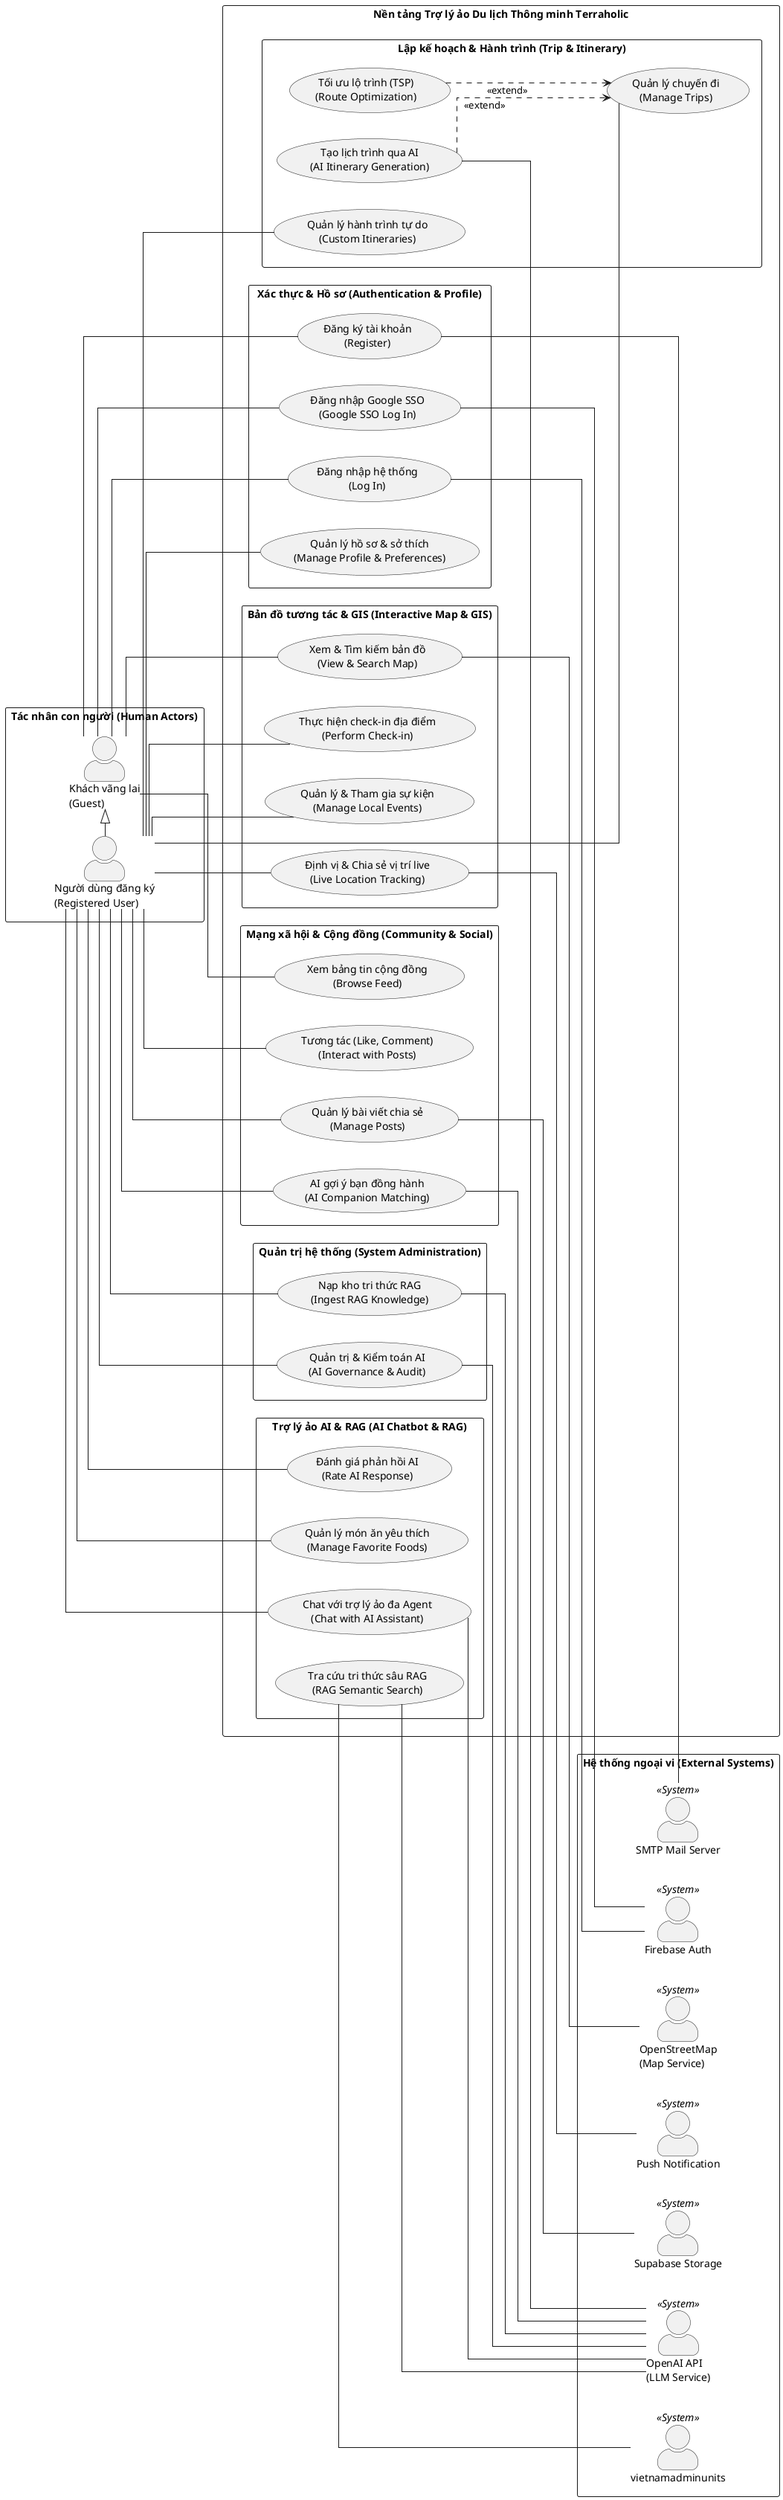
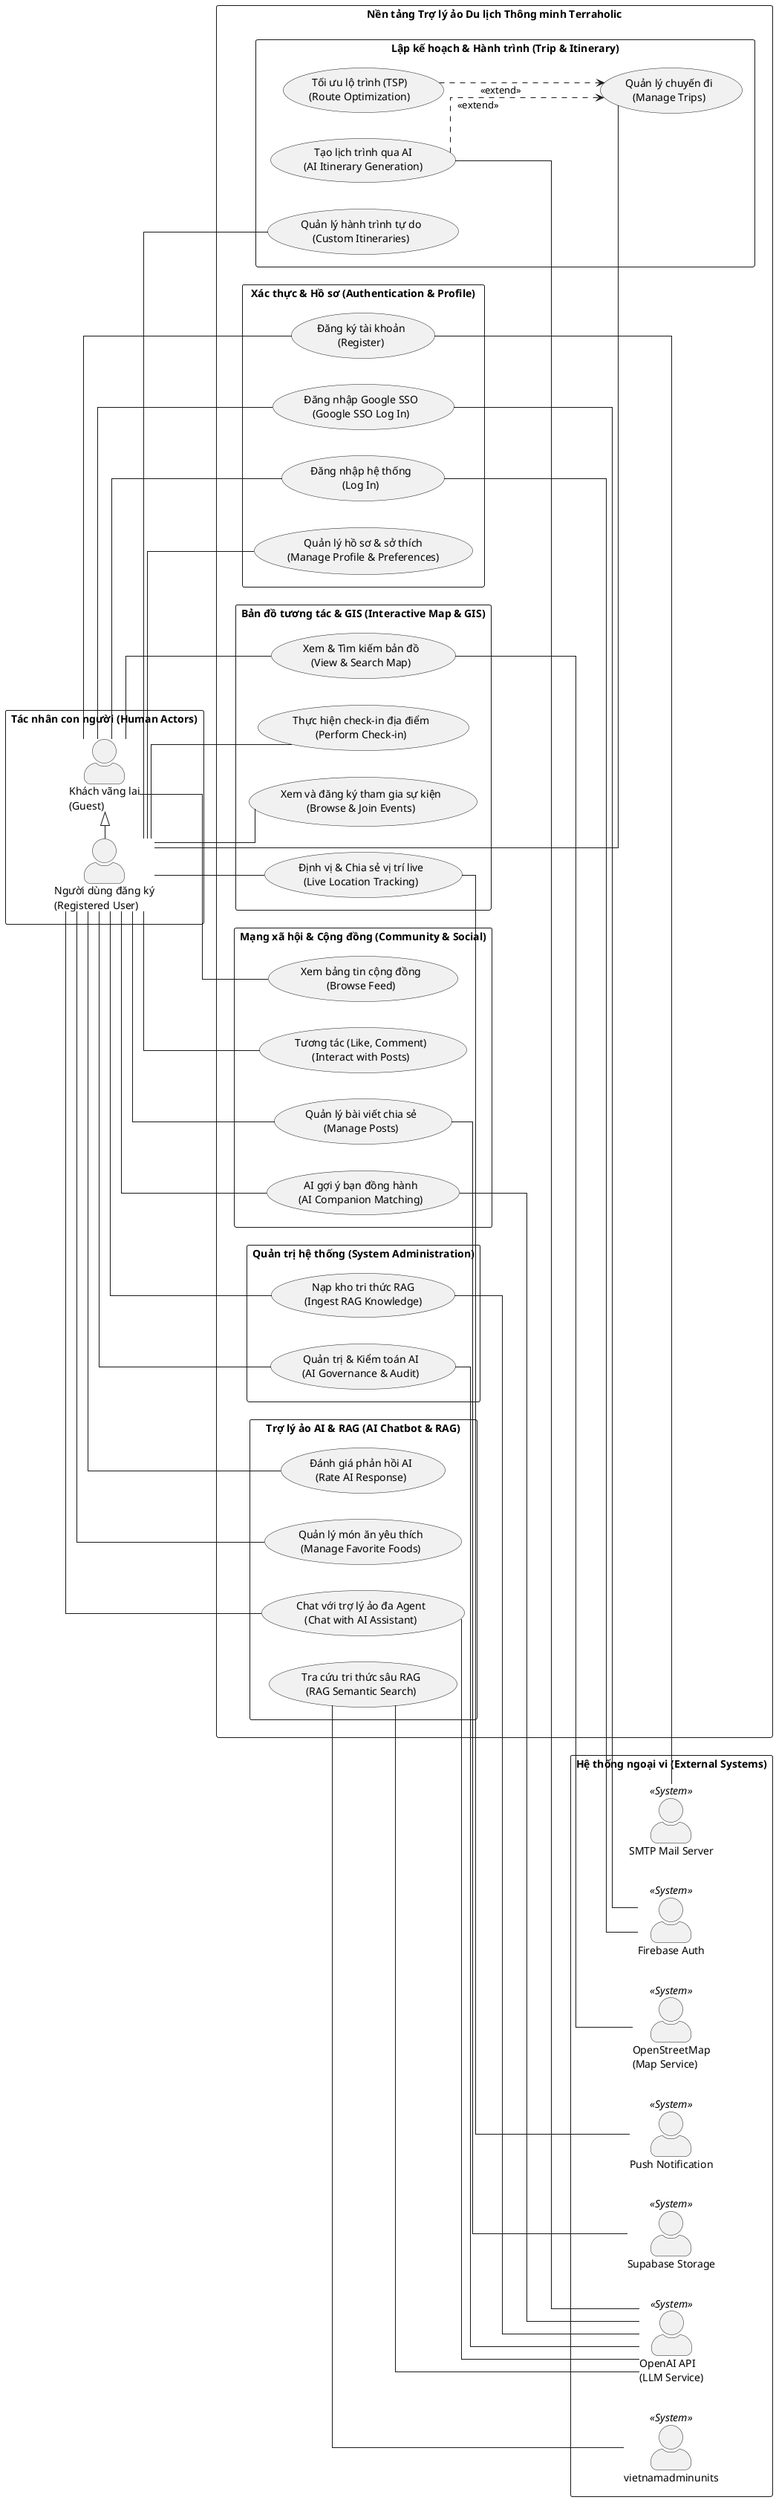
@startuml UseCase_Master
left to right direction
skinparam packageStyle rectangle
skinparam actorStyle awesome
skinparam linetype ortho

' ==========================================
' 1. ACTORS DEFINITIONS
' ==========================================

' Human Actors (Tác nhân con người)
package "Tác nhân con người (Human Actors)" {
  actor "Khách vãng lai\n(Guest)" as Guest
  actor "Người dùng đăng ký\n(Registered User)" as RegisteredUser
}

' External Systems & Supporting Services (Tác nhân hệ thống ngoại vi)
package "Hệ thống ngoại vi (External Systems)" {
  actor "Firebase Auth" as Firebase <<System>>
  actor "OpenStreetMap\n(Map Service)" as MapService <<System>>
  actor "SMTP Mail Server" as SMTP <<System>>
  actor "OpenAI API\n(LLM Service)" as OpenAI <<System>>
  actor "vietnamadminunits" as AdminUnits <<System>>
  actor "Supabase Storage" as SupabaseStorage <<System>>
  actor "Push Notification" as PushNotif <<System>>
}

' Actor Inheritance (Thừa kế tác nhân)
RegisteredUser -|> Guest

' ==========================================
' 2. SYSTEM BOUNDARY & FUNCTIONAL DOMAINS
' ==========================================
rectangle "Nền tảng Trợ lý ảo Du lịch Thông minh Terraholic" as SystemBoundary {

  ' --- Phân hệ Xác thực & Thành viên ---
  package "Xác thực & Hồ sơ (Authentication & Profile)" {
    usecase "Đăng ký tài khoản\n(Register)" as UC_Auth_Reg
    usecase "Đăng nhập hệ thống\n(Log In)" as UC_Auth_Login
    usecase "Đăng nhập Google SSO\n(Google SSO Log In)" as UC_Auth_GLogin
    usecase "Quản lý hồ sơ & sở thích\n(Manage Profile & Preferences)" as UC_Auth_Pref
  }

  ' --- Phân hệ Lập lịch trình & Hành trình ---
  package "Lập kế hoạch & Hành trình (Trip & Itinerary)" {
    usecase "Quản lý chuyến đi\n(Manage Trips)" as UC_Trip_Manage
    usecase "Tạo lịch trình qua AI\n(AI Itinerary Generation)" as UC_Trip_AI
    usecase "Tối ưu lộ trình (TSP)\n(Route Optimization)" as UC_Trip_TSP
    usecase "Quản lý hành trình tự do\n(Custom Itineraries)" as UC_Trip_Custom
  }

  ' --- Phân hệ Mạng xã hội du lịch ---
  package "Mạng xã hội & Cộng đồng (Community & Social)" {
    usecase "Xem bảng tin cộng đồng\n(Browse Feed)" as UC_Soc_Feed
    usecase "Quản lý bài viết chia sẻ\n(Manage Posts)" as UC_Soc_Posts
    usecase "Tương tác (Like, Comment)\n(Interact with Posts)" as UC_Soc_Interact
    usecase "AI gợi ý bạn đồng hành\n(AI Companion Matching)" as UC_Soc_Match
  }

  ' --- Phân hệ Bản đồ tương tác & GIS ---
  package "Bản đồ tương tác & GIS (Interactive Map & GIS)" {
    usecase "Xem & Tìm kiếm bản đồ\n(View & Search Map)" as UC_Map_View
    usecase "Định vị & Chia sẻ vị trí live\n(Live Location Tracking)" as UC_Map_Live
    usecase "Thực hiện check-in địa điểm\n(Perform Check-in)" as UC_Map_Checkin
-     usecase "Quản lý & Tham gia sự kiện\n(Manage Local Events)" as UC_Map_Events
+     usecase "Xem và đăng ký tham gia sự kiện\n(Browse & Join Events)" as UC_Map_Events
  }

  ' --- Phân hệ Trợ lý ảo AI & RAG ---
  package "Trợ lý ảo AI & RAG (AI Chatbot & RAG)" {
    usecase "Chat với trợ lý ảo đa Agent\n(Chat with AI Assistant)" as UC_AI_Chat
    usecase "Tra cứu tri thức sâu RAG\n(RAG Semantic Search)" as UC_AI_RAG
    usecase "Đánh giá phản hồi AI\n(Rate AI Response)" as UC_AI_Feedback
    usecase "Quản lý món ăn yêu thích\n(Manage Favorite Foods)" as UC_AI_Food
  }

  ' --- Phân hệ Quản trị hệ thống ---
  package "Quản trị hệ thống (System Administration)" {
    usecase "Nạp kho tri thức RAG\n(Ingest RAG Knowledge)" as UC_Admin_Ingest
    usecase "Quản trị & Kiểm toán AI\n(AI Governance & Audit)" as UC_Admin_Gov
  }

  ' Mối quan hệ giữa các Use Case trong hệ thống
  UC_Trip_AI ..> UC_Trip_Manage : <<extend>>
  UC_Trip_TSP ..> UC_Trip_Manage : <<extend>>
}

' ==========================================
' 3. ASSOCIATIONS (HUMAN ACTORS -> USE CASES)
' ==========================================

' Guest Associations
Guest -- UC_Auth_Reg
Guest -- UC_Auth_Login
Guest -- UC_Auth_GLogin
Guest -- UC_Soc_Feed
Guest -- UC_Map_View

' Registered User Associations
RegisteredUser -- UC_Auth_Pref
RegisteredUser -- UC_Trip_Manage
RegisteredUser -- UC_Trip_Custom
RegisteredUser -- UC_Soc_Posts
RegisteredUser -- UC_Soc_Interact
RegisteredUser -- UC_Soc_Match
RegisteredUser -- UC_Map_Live
RegisteredUser -- UC_Map_Checkin
RegisteredUser -- UC_Map_Events
RegisteredUser -- UC_AI_Chat
RegisteredUser -- UC_AI_Feedback
RegisteredUser -- UC_AI_Food
RegisteredUser -- UC_Admin_Ingest
RegisteredUser -- UC_Admin_Gov

' ==========================================
' 4. ASSOCIATIONS (USE CASES -> EXTERNAL SYSTEMS)
' ==========================================
UC_Auth_Reg -- SMTP
UC_Auth_Login -- Firebase
UC_Auth_GLogin -- Firebase
UC_Trip_AI -- OpenAI
UC_Soc_Posts -- SupabaseStorage
UC_Soc_Match -- OpenAI
UC_Map_View -- MapService
UC_Map_Live -- PushNotif
UC_AI_Chat -- OpenAI
UC_AI_RAG -- OpenAI
UC_AI_RAG -- AdminUnits
UC_Admin_Ingest -- OpenAI
UC_Admin_Gov -- OpenAI

@enduml
